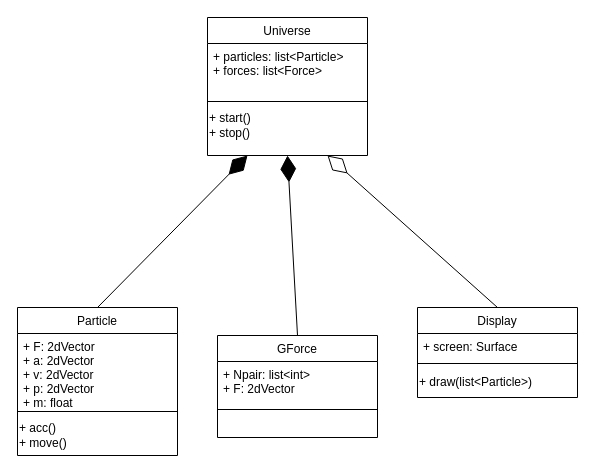
Earlier version of the draw.io diagram Class Diagram.drawio (RobJHill2/GravSim). Source tidied: cells renumbered, new cells numbered last; positions are measured from the earlier drawing's top-left corner, leaving out a move shared by most shapes. Both pictures are drawn from the tidied source at 100%, with x=0, y=0 at pixel (17, 17).
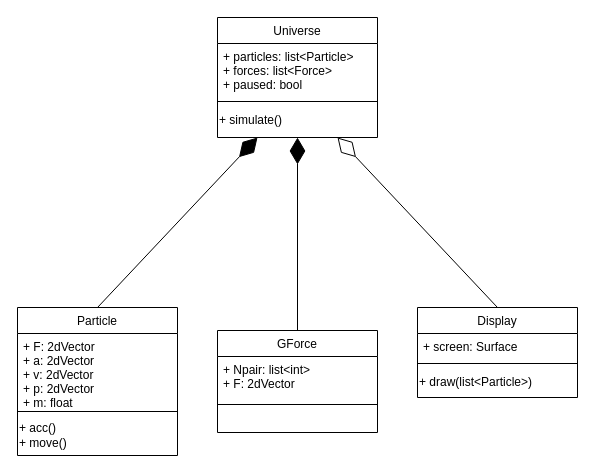
Above is the later version.

Change to the diagram source:
```diff
@@
     <mxCell id="2" value="Universe" style="swimlane;fontStyle=0;align=center;verticalAlign=top;horizontal=1;startSize=26;rounded=0;shadow=0;strokeWidth=1;" parent="1" vertex="1">
-      <mxGeometry x="190" width="160" height="138" as="geometry" />
+      <mxGeometry x="200" width="160" height="120" as="geometry" />
     </mxCell>
-    <mxCell id="3" value="+ particles: list&lt;Particle&gt;&#10;+ forces: list&lt;Force&gt;" style="text;align=left;verticalAlign=top;spacingLeft=4;spacingRight=4;overflow=hidden;rounded=0;shadow=0;html=0;" parent="2" vertex="1">
+    <mxCell id="3" value="+ particles: list&lt;Particle&gt;&#10;+ forces: list&lt;Force&gt;&#10;+ paused: bool" style="text;align=left;verticalAlign=top;spacingLeft=4;spacingRight=4;overflow=hidden;rounded=0;shadow=0;html=0;" parent="2" vertex="1">
       <mxGeometry y="26" width="160" height="54" as="geometry" />
     </mxCell>
@@
-    <mxCell id="5" value="+ start(&lt;span style=&quot;background-color: transparent; color: light-dark(rgb(0, 0, 0), rgb(255, 255, 255));&quot;&gt;)&lt;/span&gt;&lt;div&gt;&lt;span style=&quot;background-color: transparent; color: light-dark(rgb(0, 0, 0), rgb(255, 255, 255));&quot;&gt;+ stop()&lt;/span&gt;&lt;/div&gt;" style="text;html=1;align=left;verticalAlign=middle;strokeColor=none;fillColor=none;" parent="2" vertex="1">
-      <mxGeometry y="88" width="160" height="40" as="geometry" />
+    <mxCell id="5" value="+ simulate()" style="text;html=1;align=left;verticalAlign=middle;strokeColor=none;fillColor=none;" parent="2" vertex="1">
+      <mxGeometry y="88" width="160" height="30" as="geometry" />
     </mxCell>
@@
     <mxCell id="16" value="&lt;span style=&quot;font-weight: normal;&quot;&gt;GForce&lt;/span&gt;" style="swimlane;fontStyle=1;align=center;verticalAlign=top;horizontal=1;startSize=26;whiteSpace=wrap;html=1;" parent="1" vertex="1">
-      <mxGeometry x="200" y="318" width="160" height="102" as="geometry" />
+      <mxGeometry x="200" y="313" width="160" height="102" as="geometry" />
     </mxCell>
```
